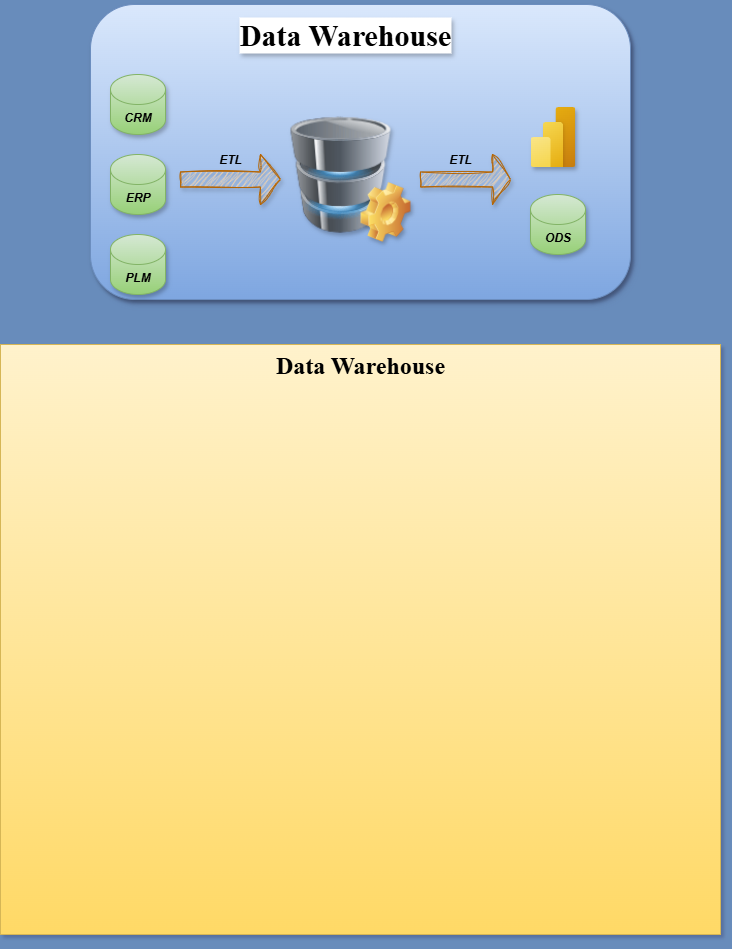
Before: Data_Warehouse.drawio.png, a diagram exported from draw.io (adityaanand355/ad-data-docs). Source tidied: cells renumbered, new cells last; positions are measured from the earlier drawing's top-left corner, leaving out a move shared by most shapes.
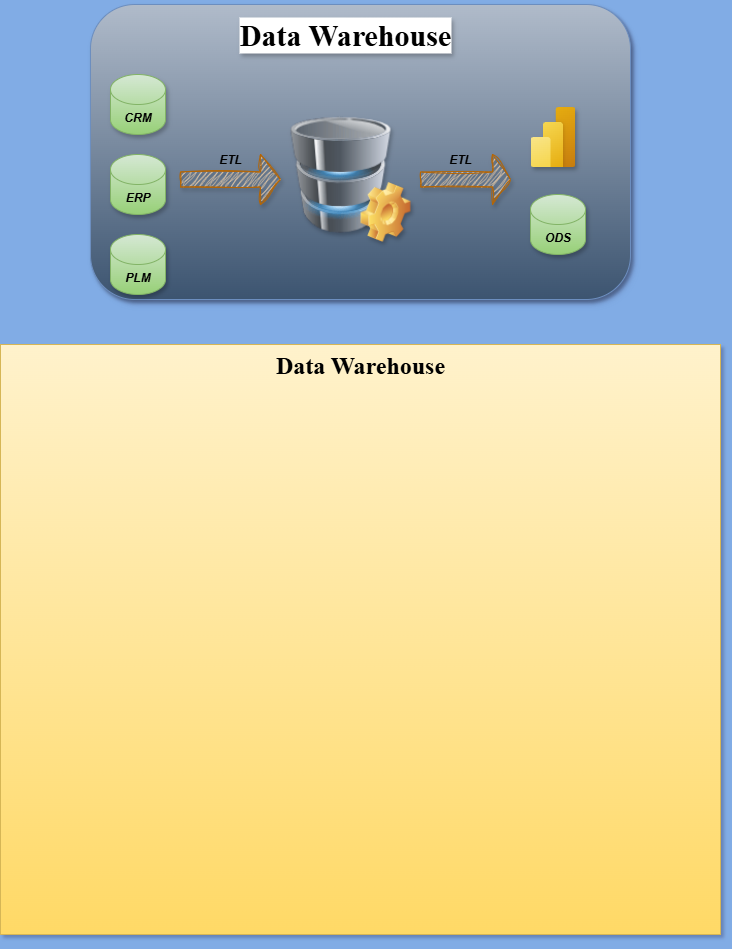
Above is the later version.

Change to the diagram source:
```diff
@@ -1,8 +1,8 @@
-<mxGraphModel background="light-dark(#688CBB,#5E5B08)" shadow="1">
+<mxGraphModel background="light-dark(#81ACE5,#5E5B08)" shadow="1">
   <root>
     <mxCell id="0" />
     <mxCell id="1" parent="0" />
-    <mxCell id="2" style="rounded=1;whiteSpace=wrap;html=1;fillColor=#dae8fc;strokeColor=#6c8ebf;gradientColor=#7ea6e0;glass=0;shadow=1;" parent="1" vertex="1">
+    <mxCell id="2" style="rounded=1;whiteSpace=wrap;html=1;fillColor=#B0BBCA;strokeColor=#6c8ebf;gradientColor=#3C5470;glass=0;shadow=1;" parent="1" vertex="1">
       <mxGeometry x="90" width="540" height="295" as="geometry" />
     </mxCell>
     <mxCell id="3" style="image;html=1;image=img/lib/clip_art/computers/Database_128x128.png;shadow=1;" parent="1" vertex="1">
```
